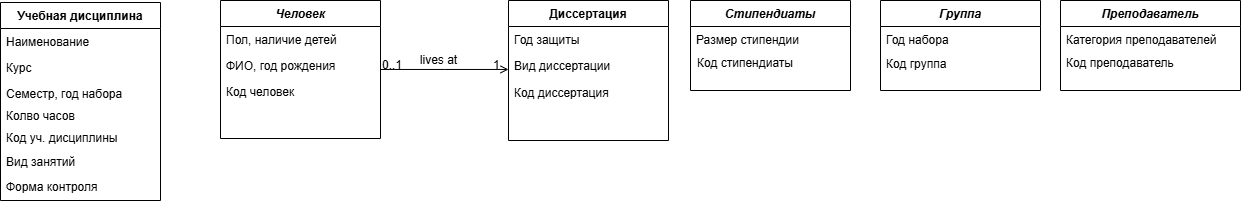
Earlier version of the draw.io export БД 2 Хорошилова.drawio.png (ksinph/PSTU_LABS_2023). Source tidied: cells renumbered, new cells last; positions are measured from the earlier drawing's top-left corner, leaving out a move shared by most shapes.
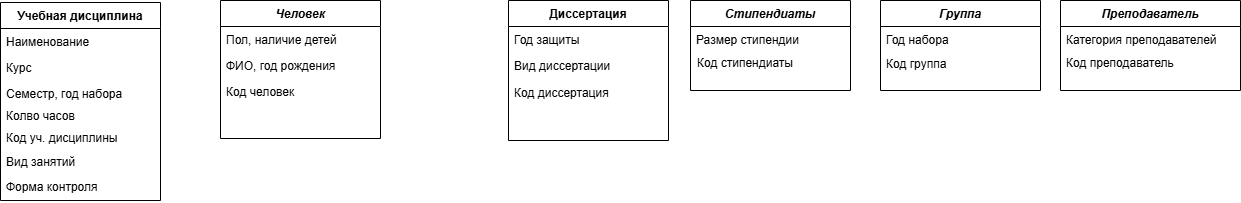
After the commit.

Change to the diagram source:
```diff
@@ -38,26 +38,6 @@
     <mxCell id="13" value="Вид диссертации" style="text;align=left;verticalAlign=top;spacingLeft=4;spacingRight=4;overflow=hidden;rounded=0;shadow=0;html=0;" parent="11" vertex="1">
       <mxGeometry y="52" width="160" height="26" as="geometry" />
     </mxCell>
-    <mxCell id="14" style="endArrow=open;shadow=0;strokeWidth=1;rounded=0;curved=0;endFill=1;edgeStyle=elbowEdgeStyle;elbow=vertical;" parent="1" edge="1" source="2" target="11">
-      <mxGeometry x="0.5" y="41" relative="1" as="geometry">
-        <mxPoint x="-40" y="32" as="offset" />
-      </mxGeometry>
-    </mxCell>
-    <mxCell id="15" value="0..1" style="align=left;verticalAlign=bottom;labelBackgroundColor=none;fontSize=12;" parent="14" vertex="1">
-      <mxGeometry x="-1" relative="1" as="geometry">
-        <mxPoint y="4" as="offset" />
-      </mxGeometry>
-    </mxCell>
-    <mxCell id="16" value="1" style="align=right;verticalAlign=bottom;labelBackgroundColor=none;fontSize=12;" parent="14" vertex="1">
-      <mxGeometry x="1" relative="1" as="geometry">
-        <mxPoint x="-7" y="4" as="offset" />
-      </mxGeometry>
-    </mxCell>
-    <mxCell id="17" value="lives at" style="text;html=1;align=center;verticalAlign=middle;labelBackgroundColor=none;rounded=0;shadow=0;strokeWidth=1;fontSize=12;" parent="14" vertex="1">
-      <mxGeometry x="0.5" y="49" relative="1" as="geometry">
-        <mxPoint x="-38" y="40" as="offset" />
-      </mxGeometry>
-    </mxCell>
     <mxCell id="18" value="Вид занятий" style="text;align=left;verticalAlign=top;spacingLeft=4;spacingRight=4;overflow=hidden;" parent="1" vertex="1">
       <mxGeometry y="148" width="160" height="26" as="geometry" />
     </mxCell>
```
